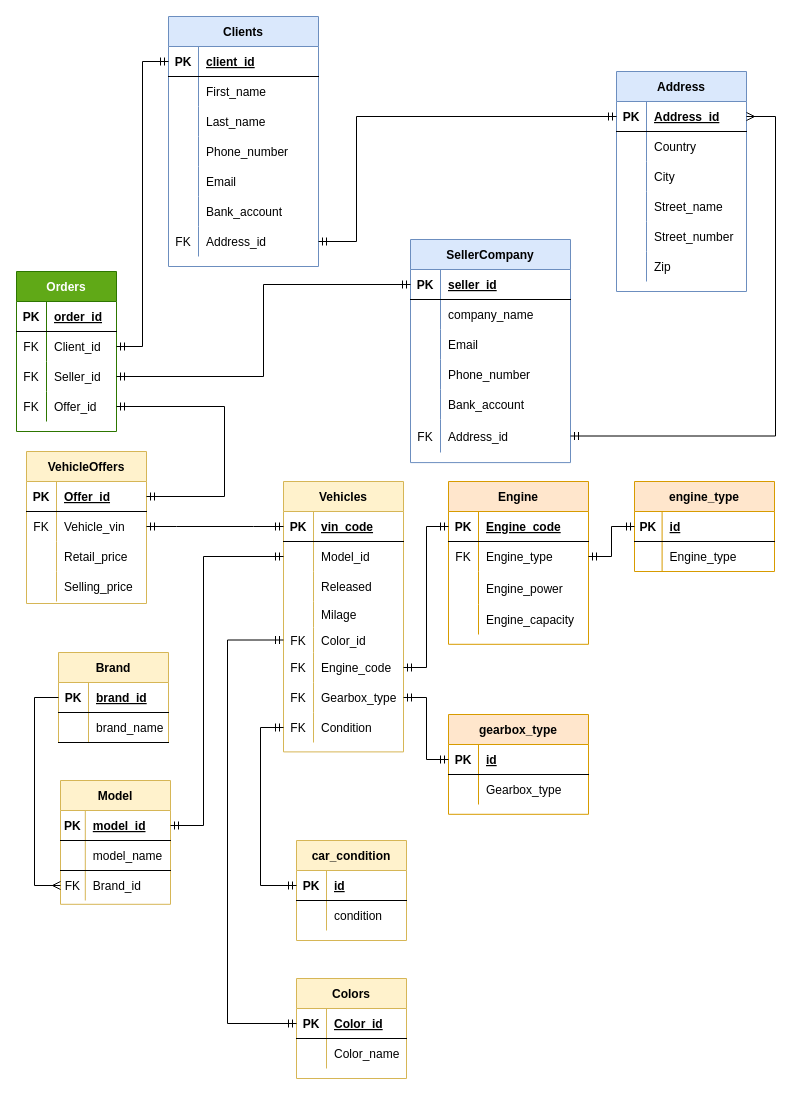
Earlier version of the draw.io diagram page "ER logical" (1 of 3) of Car Marketplace.drawio (kstekels/Car-Marketplace). Source tidied: cells renumbered, new cells numbered last; positions are measured from the earlier drawing's top-left corner, leaving out a move shared by most shapes. Both pictures are drawn from the tidied source at 100%, with x=0, y=0 at pixel (16, 16).
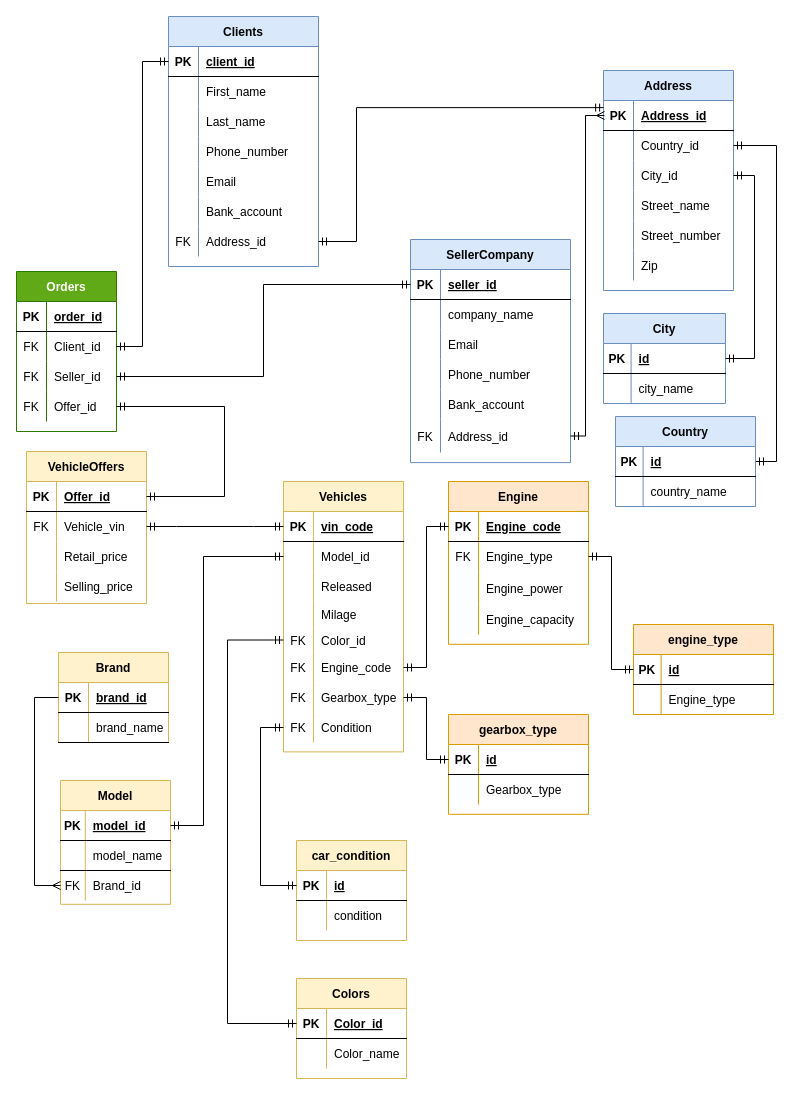
The same diagram, later.

The change refers to these unchanged cells:
```xml
<mxCell id="18" style="shape=partialRectangle;fillColor=none;top=0;left=0;bottom=0;right=0;points=[[0,0.5],[1,0.5]];portConstraint=eastwest;" parent="2" vertex="1">
  <mxGeometry y="180" width="160" height="33" as="geometry" />
</mxCell>
<mxCell id="22" style="shape=partialRectangle;fillColor=none;top=0;left=0;bottom=1;right=0;points=[[0,0.5],[1,0.5]];portConstraint=eastwest;" parent="21" vertex="1">
  <mxGeometry y="30" width="130" height="30" as="geometry" />
</mxCell>
<mxCell id="25" style="shape=partialRectangle;fillColor=none;top=0;left=0;bottom=0;right=0;points=[[0,0.5],[1,0.5]];portConstraint=eastwest;" parent="21" vertex="1">
  <mxGeometry y="60" width="130" height="30" as="geometry" />
</mxCell>
<mxCell id="28" style="shape=partialRectangle;fillColor=none;top=0;left=0;bottom=0;right=0;points=[[0,0.5],[1,0.5]];portConstraint=eastwest;" parent="21" vertex="1">
  <mxGeometry y="90" width="130" height="30" as="geometry" />
</mxCell>
<mxCell id="59" style="shape=partialRectangle;fillColor=none;top=0;left=0;bottom=0;right=0;points=[[0,0.5],[1,0.5]];portConstraint=eastwest;" parent="40" vertex="1">
  <mxGeometry y="210" width="150" height="30" as="geometry" />
</mxCell>
```

Diff of the diagram source:
```diff
@@
     <mxCell id="21" value="Address" style="shape=table;startSize=30;childLayout=tableLayout;rowLines=0;fontStyle=1;align=center;fillColor=#dae8fc;strokeColor=#6c8ebf;" parent="1" vertex="1">
-      <mxGeometry x="600" y="55" width="130" height="220" as="geometry" />
+      <mxGeometry x="587" y="54" width="130" height="220" as="geometry" />
     </mxCell>
@@
-    <mxCell id="27" value="Country" style="shape=partialRectangle;fillColor=none;top=0;left=0;bottom=0;right=0;align=left;spacingLeft=6;overflow=hidden;" parent="25" vertex="1">
+    <mxCell id="27" value="Country_id" style="shape=partialRectangle;fillColor=none;top=0;left=0;bottom=0;right=0;align=left;spacingLeft=6;overflow=hidden;" parent="25" vertex="1">
       <mxGeometry x="30" width="100" height="30" as="geometry" />
     </mxCell>
@@
-    <mxCell id="30" value="City" style="shape=partialRectangle;fillColor=none;top=0;left=0;bottom=0;right=0;align=left;spacingLeft=6;overflow=hidden;" parent="28" vertex="1">
+    <mxCell id="30" value="City_id" style="shape=partialRectangle;fillColor=none;top=0;left=0;bottom=0;right=0;align=left;spacingLeft=6;overflow=hidden;" parent="28" vertex="1">
       <mxGeometry x="30" width="100" height="30" as="geometry" />
     </mxCell>
@@
-    <mxCell id="138" style="edgeStyle=elbowEdgeStyle;fontSize=12;html=1;endArrow=ERmandOne;rounded=0;endFill=0;startArrow=ERmandOne;startFill=0;" parent="1" edge="1" source="59" target="22">
+    <mxCell id="138" style="edgeStyle=elbowEdgeStyle;fontSize=12;html=1;endArrow=ERmandOne;rounded=0;endFill=0;startArrow=ERmandOne;startFill=0;entryX=0.001;entryY=0.237;entryDx=0;entryDy=0;entryPerimeter=0;" parent="1" edge="1" source="59" target="22">
       <mxGeometry relative="1" as="geometry">
         <Array as="points">
           <mxPoint x="340" y="160" />
         </Array>
       </mxGeometry>
     </mxCell>
-    <mxCell id="139" style="edgeStyle=elbowEdgeStyle;fontSize=12;html=1;endArrow=ERmany;rounded=0;endFill=0;startArrow=ERmandOne;startFill=0;" parent="1" edge="1" source="18" target="22">
+    <mxCell id="139" style="edgeStyle=elbowEdgeStyle;fontSize=12;html=1;endArrow=ERmany;rounded=0;endFill=0;startArrow=ERmandOne;startFill=0;" parent="1" edge="1" source="18">
       <mxGeometry relative="1" as="geometry">
+        <mxPoint x="588" y="99" as="targetPoint" />
         <Array as="points">
-          <mxPoint x="759" y="273" />
+          <mxPoint x="569" y="259" />
         </Array>
       </mxGeometry>
     </mxCell>
@@
     <mxCell id="141" value="engine_type" style="shape=table;startSize=30;childLayout=tableLayout;rowLines=0;fontStyle=1;align=center;fillColor=#ffe6cc;strokeColor=#d79b00;" parent="1" vertex="1">
-      <mxGeometry x="618" y="465" width="140" height="90" as="geometry" />
+      <mxGeometry x="617" y="608" width="140" height="90" as="geometry" />
     </mxCell>
@@
+    <mxCell id="184" style="edgeStyle=elbowEdgeStyle;rounded=0;jettySize=auto;html=1;startArrow=ERmandOne;startFill=0;endArrow=ERmandOne;endFill=0;entryX=1;entryY=0.5;entryDx=0;entryDy=0;exitX=1;exitY=0.5;exitDx=0;exitDy=0;" parent="1" edge="1" source="186" target="25">
+      <mxGeometry relative="1" as="geometry">
+        <Array as="points">
+          <mxPoint x="760" y="235" />
+        </Array>
+      </mxGeometry>
+    </mxCell>
+    <mxCell id="185" value="Country" style="shape=table;startSize=30;childLayout=tableLayout;rowLines=0;fontStyle=1;align=center;fillColor=#dae8fc;strokeColor=#6c8ebf;" parent="1" vertex="1">
+      <mxGeometry x="599" y="400" width="140" height="90" as="geometry" />
+    </mxCell>
+    <mxCell id="186" style="shape=partialRectangle;fillColor=none;top=0;left=0;bottom=1;right=0;points=[[0,0.5],[1,0.5]];portConstraint=eastwest;" parent="185" vertex="1">
+      <mxGeometry y="30" width="140" height="30" as="geometry" />
+    </mxCell>
+    <mxCell id="187" value="PK" style="shape=partialRectangle;fillColor=none;top=0;left=0;bottom=0;right=0;fontStyle=1;overflow=hidden;" parent="186" vertex="1">
+      <mxGeometry width="27.6" height="30" as="geometry" />
+    </mxCell>
+    <mxCell id="188" value="id" style="shape=partialRectangle;fillColor=none;top=0;left=0;bottom=0;right=0;align=left;spacingLeft=6;fontStyle=5;overflow=hidden;" parent="186" vertex="1">
+      <mxGeometry x="27.6" width="112.4" height="30" as="geometry" />
+    </mxCell>
+    <mxCell id="189" style="shape=partialRectangle;fillColor=none;top=0;left=0;bottom=0;right=0;" parent="185" vertex="1">
+      <mxGeometry y="60" width="140" height="30" as="geometry" />
+    </mxCell>
+    <mxCell id="190" style="shape=partialRectangle;fillColor=none;top=0;left=0;bottom=0;right=0;fontStyle=0;overflow=hidden;" parent="189" vertex="1">
+      <mxGeometry width="27.6" height="30" as="geometry" />
+    </mxCell>
+    <mxCell id="191" value="country_name" style="shape=partialRectangle;fillColor=none;top=0;left=0;bottom=0;right=0;align=left;spacingLeft=6;fontStyle=0;overflow=hidden;" parent="189" vertex="1">
+      <mxGeometry x="27.6" width="112.4" height="30" as="geometry" />
+    </mxCell>
+    <mxCell id="192" value="City" style="shape=table;startSize=30;childLayout=tableLayout;rowLines=0;fontStyle=1;align=center;fillColor=#dae8fc;strokeColor=#6c8ebf;" parent="1" vertex="1">
+      <mxGeometry x="587" y="297" width="122" height="90" as="geometry" />
+    </mxCell>
+    <mxCell id="193" style="shape=partialRectangle;fillColor=none;top=0;left=0;bottom=1;right=0;points=[[0,0.5],[1,0.5]];portConstraint=eastwest;" parent="192" vertex="1">
+      <mxGeometry y="30" width="122" height="30" as="geometry" />
+    </mxCell>
+    <mxCell id="194" value="PK" style="shape=partialRectangle;fillColor=none;top=0;left=0;bottom=0;right=0;fontStyle=1;overflow=hidden;" parent="193" vertex="1">
+      <mxGeometry width="27.6" height="30" as="geometry" />
+    </mxCell>
+    <mxCell id="195" value="id" style="shape=partialRectangle;fillColor=none;top=0;left=0;bottom=0;right=0;align=left;spacingLeft=6;fontStyle=5;overflow=hidden;" parent="193" vertex="1">
+      <mxGeometry x="27.6" width="94.4" height="30" as="geometry" />
+    </mxCell>
+    <mxCell id="196" style="shape=partialRectangle;fillColor=none;top=0;left=0;bottom=0;right=0;" parent="192" vertex="1">
+      <mxGeometry y="60" width="122" height="30" as="geometry" />
+    </mxCell>
+    <mxCell id="197" style="shape=partialRectangle;fillColor=none;top=0;left=0;bottom=0;right=0;fontStyle=0;overflow=hidden;" parent="196" vertex="1">
+      <mxGeometry width="27.6" height="30" as="geometry" />
+    </mxCell>
+    <mxCell id="198" value="city_name" style="shape=partialRectangle;fillColor=none;top=0;left=0;bottom=0;right=0;align=left;spacingLeft=6;fontStyle=0;overflow=hidden;" parent="196" vertex="1">
+      <mxGeometry x="27.6" width="94.4" height="30" as="geometry" />
+    </mxCell>
+    <mxCell id="199" style="edgeStyle=elbowEdgeStyle;rounded=0;jettySize=auto;html=1;startArrow=ERmandOne;startFill=0;endArrow=ERmandOne;endFill=0;entryX=1;entryY=0.5;entryDx=0;entryDy=0;" parent="1" edge="1" source="193" target="28">
+      <mxGeometry relative="1" as="geometry">
+        <Array as="points">
+          <mxPoint x="738" y="257" />
+        </Array>
+      </mxGeometry>
+    </mxCell>
```
